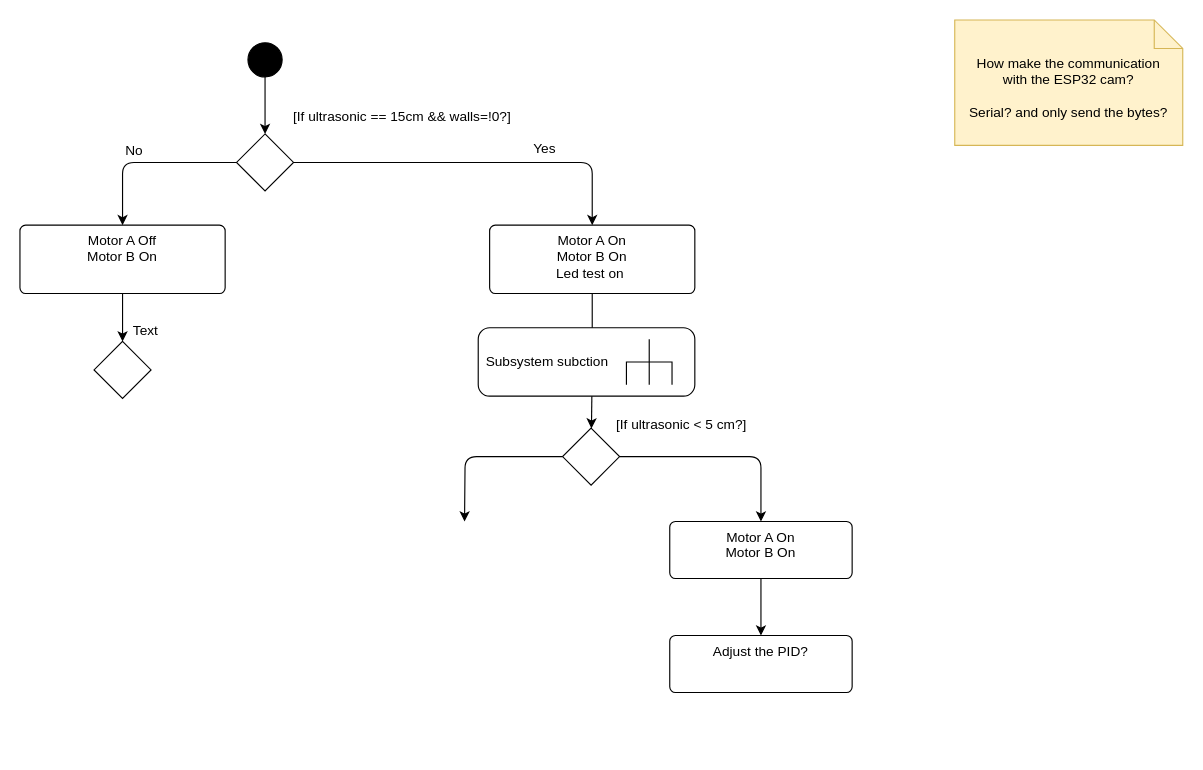
This is page "Robot Logic" (1 of 3) of main/logicVacuumRobot.drawio from erickchicatto1/esp32Learning, a draw.io file, before an edit. Source tidied: cells renumbered, new cells numbered last; positions are measured from the earlier drawing's top-left corner, leaving out a move shared by most shapes. Both pictures are drawn from the tidied source at 114%, with x=0, y=0 at pixel (19, 19).
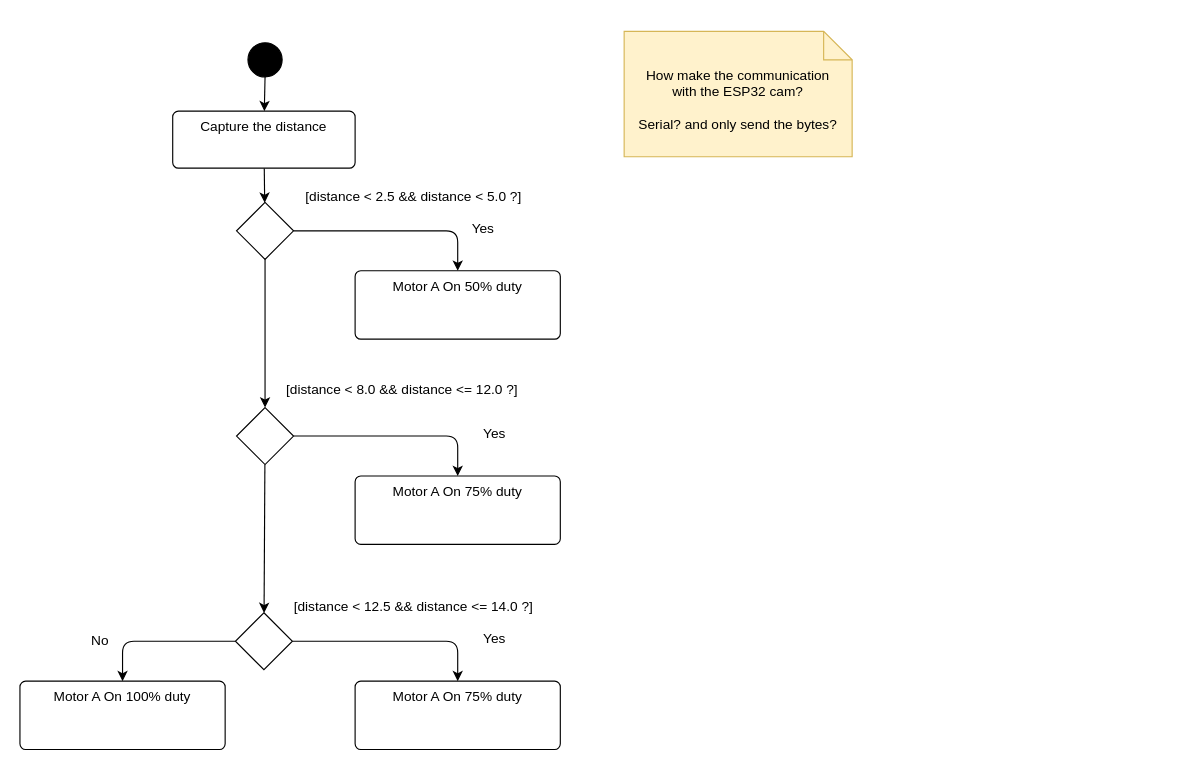
Above is the later version.

Commit message (it also covers changes not shown here):
Adding logic for the perceptron

Unchanged cells that the change refers to:
```xml
<mxCell id="3" style="ellipse;fillColor=strokeColor;html=1;" parent="1" vertex="1">
  <mxGeometry x="200" y="20" width="30" height="30" as="geometry" />
</mxCell>
```

The edit, as a diff of the source:
```diff
@@
-    <mxCell id="2" style="edgeStyle=none;html=1;" parent="1" edge="1" source="3" target="6">
-      <mxGeometry relative="1" as="geometry" />
-    </mxCell>
+    <mxCell id="26" style="edgeStyle=none;html=1;" parent="1" edge="1" source="3" target="29">
+      <mxGeometry relative="1" as="geometry" />
+    </mxCell>
@@
-    <mxCell id="4" style="edgeStyle=orthogonalEdgeStyle;html=1;entryX=0.5;entryY=0;entryDx=0;entryDy=0;exitX=1;exitY=0.5;exitDx=0;exitDy=0;" parent="1" edge="1" source="6" target="9">
+    <mxCell id="4" style="edgeStyle=orthogonalEdgeStyle;html=1;entryX=0.5;entryY=0;entryDx=0;entryDy=0;" parent="1" edge="1" source="6" target="9">
       <mxGeometry relative="1" as="geometry" />
     </mxCell>
-    <mxCell id="5" style="edgeStyle=orthogonalEdgeStyle;html=1;entryX=0.5;entryY=0;entryDx=0;entryDy=0;" parent="1" edge="1" source="6" target="11">
-      <mxGeometry relative="1" as="geometry" />
-    </mxCell>
+    <mxCell id="27" style="edgeStyle=none;html=1;entryX=0.5;entryY=0;entryDx=0;entryDy=0;" parent="1" edge="1" source="6" target="32">
+      <mxGeometry relative="1" as="geometry" />
+    </mxCell>
     <mxCell id="6" style="rhombus;" parent="1" vertex="1">
-      <mxGeometry x="190" y="100" width="50" height="50" as="geometry" />
+      <mxGeometry x="190" y="160" width="50" height="50" as="geometry" />
     </mxCell>
-    <mxCell id="7" value="[If ultrasonic == 15cm &amp;amp;&amp;amp; walls=!0?]" style="text;html=1;align=center;verticalAlign=middle;strokeColor=none;fillColor=none;" parent="1" vertex="1">
-      <mxGeometry x="230" y="70" width="210" height="30" as="geometry" />
+    <mxCell id="7" value="[distance &amp;lt; 2.5 &amp;amp;&amp;amp; distance &amp;lt; 5.0 ?]" style="text;html=1;align=center;verticalAlign=middle;strokeColor=none;fillColor=none;" parent="1" vertex="1">
+      <mxGeometry x="240" y="140" width="210" height="30" as="geometry" />
     </mxCell>
-    <mxCell id="8" style="edgeStyle=none;html=1;" parent="1" edge="1" source="9">
-      <mxGeometry relative="1" as="geometry">
-        <mxPoint x="502" y="282" as="targetPoint" />
-      </mxGeometry>
-    </mxCell>
-    <mxCell id="9" value="Motor A On&lt;div&gt;Motor B On&lt;/div&gt;&lt;div&gt;Led test on&amp;nbsp;&lt;/div&gt;" style="html=1;align=center;verticalAlign=top;rounded=1;absoluteArcSize=1;arcSize=10;dashed=0;whiteSpace=wrap;" parent="1" vertex="1">
-      <mxGeometry x="412" y="180" width="180" height="60" as="geometry" />
+    <mxCell id="9" value="Motor A On 50% duty&lt;div&gt;&lt;br&gt;&lt;/div&gt;" style="html=1;align=center;verticalAlign=top;rounded=1;absoluteArcSize=1;arcSize=10;dashed=0;whiteSpace=wrap;" parent="1" vertex="1">
+      <mxGeometry x="294" y="220" width="180" height="60" as="geometry" />
     </mxCell>
-    <mxCell id="10" style="edgeStyle=none;html=1;" parent="1" edge="1" source="11" target="14">
-      <mxGeometry relative="1" as="geometry" />
-    </mxCell>
-    <mxCell id="11" value="Motor A Off&lt;div&gt;Motor B On&lt;/div&gt;" style="html=1;align=center;verticalAlign=top;rounded=1;absoluteArcSize=1;arcSize=10;dashed=0;whiteSpace=wrap;" parent="1" vertex="1">
-      <mxGeometry y="180" width="180" height="60" as="geometry" />
-    </mxCell>
     <mxCell id="12" value="Yes&lt;div&gt;&lt;br&gt;&lt;/div&gt;" style="text;html=1;align=center;verticalAlign=middle;strokeColor=none;fillColor=none;" parent="1" vertex="1">
-      <mxGeometry x="440" y="100" width="40" height="40" as="geometry" />
+      <mxGeometry x="386" y="170" width="40" height="40" as="geometry" />
     </mxCell>
+    <mxCell id="24" value="How make the communication&lt;div&gt;with the ESP32 cam?&lt;/div&gt;&lt;div&gt;&lt;br&gt;&lt;/div&gt;&lt;div&gt;Serial? and only send the bytes?&lt;/div&gt;" style="shape=note2;boundedLbl=1;whiteSpace=wrap;html=1;size=25;verticalAlign=top;align=center;fillColor=#fff2cc;strokeColor=#d6b656;" parent="1" vertex="1">
+      <mxGeometry x="530" y="10" width="200" height="110" as="geometry" />
+    </mxCell>
+    <mxCell id="28" style="edgeStyle=none;html=1;" parent="1" edge="1" source="29" target="6">
+      <mxGeometry relative="1" as="geometry" />
+    </mxCell>
+    <mxCell id="29" value="Capture the distance" style="html=1;align=center;verticalAlign=top;rounded=1;absoluteArcSize=1;arcSize=10;dashed=0;whiteSpace=wrap;" parent="1" vertex="1">
+      <mxGeometry x="134" y="80" width="160" height="50" as="geometry" />
+    </mxCell>
+    <mxCell id="30" style="edgeStyle=orthogonalEdgeStyle;html=1;entryX=0.5;entryY=0;entryDx=0;entryDy=0;" parent="1" edge="1" source="32" target="34">
+      <mxGeometry relative="1" as="geometry" />
+    </mxCell>
+    <mxCell id="31" style="edgeStyle=none;html=1;" parent="1" edge="1" source="32" target="38">
+      <mxGeometry relative="1" as="geometry" />
+    </mxCell>
+    <mxCell id="32" style="rhombus;" parent="1" vertex="1">
+      <mxGeometry x="190" y="340" width="50" height="50" as="geometry" />
+    </mxCell>
+    <mxCell id="33" value="[distance &amp;lt; 8.0 &amp;amp;&amp;amp; distance &amp;lt;= 12.0 ?]" style="text;html=1;align=center;verticalAlign=middle;strokeColor=none;fillColor=none;" parent="1" vertex="1">
+      <mxGeometry x="220" y="310" width="230" height="30" as="geometry" />
+    </mxCell>
+    <mxCell id="34" value="Motor A On 75% duty&lt;div&gt;&lt;br&gt;&lt;/div&gt;" style="html=1;align=center;verticalAlign=top;rounded=1;absoluteArcSize=1;arcSize=10;dashed=0;whiteSpace=wrap;" parent="1" vertex="1">
+      <mxGeometry x="294" y="400" width="180" height="60" as="geometry" />
+    </mxCell>
+    <mxCell id="35" value="Yes&lt;div&gt;&lt;br&gt;&lt;/div&gt;" style="text;html=1;align=center;verticalAlign=middle;strokeColor=none;fillColor=none;" parent="1" vertex="1">
+      <mxGeometry x="396" y="350" width="40" height="40" as="geometry" />
+    </mxCell>
+    <mxCell id="36" style="edgeStyle=orthogonalEdgeStyle;html=1;entryX=0.5;entryY=0;entryDx=0;entryDy=0;" parent="1" edge="1" source="38" target="39">
+      <mxGeometry relative="1" as="geometry" />
+    </mxCell>
+    <mxCell id="37" style="edgeStyle=orthogonalEdgeStyle;html=1;entryX=0.5;entryY=0;entryDx=0;entryDy=0;" parent="1" edge="1" source="38" target="42">
+      <mxGeometry relative="1" as="geometry" />
+    </mxCell>
+    <mxCell id="38" style="rhombus;" parent="1" vertex="1">
+      <mxGeometry x="189" y="520" width="50" height="50" as="geometry" />
+    </mxCell>
+    <mxCell id="39" value="Motor A On 75% duty&lt;div&gt;&lt;br&gt;&lt;/div&gt;" style="html=1;align=center;verticalAlign=top;rounded=1;absoluteArcSize=1;arcSize=10;dashed=0;whiteSpace=wrap;" parent="1" vertex="1">
+      <mxGeometry x="294" y="580" width="180" height="60" as="geometry" />
+    </mxCell>
+    <mxCell id="40" value="Yes&lt;div&gt;&lt;br&gt;&lt;/div&gt;" style="text;html=1;align=center;verticalAlign=middle;strokeColor=none;fillColor=none;" parent="1" vertex="1">
+      <mxGeometry x="396" y="530" width="40" height="40" as="geometry" />
+    </mxCell>
+    <mxCell id="41" value="[distance &amp;lt; 12.5 &amp;amp;&amp;amp; distance &amp;lt;= 14.0 ?]" style="text;html=1;align=center;verticalAlign=middle;strokeColor=none;fillColor=none;" parent="1" vertex="1">
+      <mxGeometry x="230" y="500" width="230" height="30" as="geometry" />
+    </mxCell>
+    <mxCell id="42" value="Motor A On 100% duty&lt;div&gt;&lt;br&gt;&lt;/div&gt;" style="html=1;align=center;verticalAlign=top;rounded=1;absoluteArcSize=1;arcSize=10;dashed=0;whiteSpace=wrap;" parent="1" vertex="1">
+      <mxGeometry y="580" width="180" height="60" as="geometry" />
+    </mxCell>
-    <mxCell id="13" value="No" style="text;html=1;align=center;verticalAlign=middle;strokeColor=none;fillColor=none;" parent="1" vertex="1">
-      <mxGeometry x="80" y="100" width="40" height="30" as="geometry" />
+    <mxCell id="13" value="&lt;div&gt;No&lt;/div&gt;" style="text;html=1;align=center;verticalAlign=middle;strokeColor=none;fillColor=none;" parent="1" vertex="1">
+      <mxGeometry x="50" y="530" width="40" height="30" as="geometry" />
     </mxCell>
-    <mxCell id="14" style="rhombus;" parent="1" vertex="1">
-      <mxGeometry x="65" y="282" width="50" height="50" as="geometry" />
-    </mxCell>
-    <mxCell id="15" value="Text" style="text;html=1;align=center;verticalAlign=middle;strokeColor=none;fillColor=none;" parent="1" vertex="1">
-      <mxGeometry x="85" y="258" width="50" height="30" as="geometry" />
-    </mxCell>
-    <mxCell id="16" style="edgeStyle=none;html=1;" parent="1" edge="1" target="19">
-      <mxGeometry relative="1" as="geometry">
-        <mxPoint x="501.8" y="320" as="sourcePoint" />
-      </mxGeometry>
-    </mxCell>
-    <mxCell id="17" style="edgeStyle=orthogonalEdgeStyle;html=1;entryX=0.5;entryY=0;entryDx=0;entryDy=0;" parent="1" edge="1" source="19" target="22">
-      <mxGeometry relative="1" as="geometry" />
-    </mxCell>
-    <mxCell id="18" style="edgeStyle=orthogonalEdgeStyle;html=1;entryX=0.5;entryY=0;entryDx=0;entryDy=0;" parent="1" edge="1" source="19">
-      <mxGeometry relative="1" as="geometry">
-        <mxPoint x="390" y="440" as="targetPoint" />
-      </mxGeometry>
-    </mxCell>
-    <mxCell id="19" style="rhombus;" parent="1" vertex="1">
-      <mxGeometry x="476" y="358" width="50" height="50" as="geometry" />
-    </mxCell>
-    <mxCell id="20" value="[If ultrasonic &amp;lt; 5 cm?]" style="text;html=1;align=center;verticalAlign=middle;strokeColor=none;fillColor=none;" parent="1" vertex="1">
-      <mxGeometry x="510" y="340" width="140" height="30" as="geometry" />
-    </mxCell>
-    <mxCell id="21" style="edgeStyle=none;html=1;" parent="1" edge="1" source="22" target="23">
-      <mxGeometry relative="1" as="geometry" />
-    </mxCell>
-    <mxCell id="22" value="Motor A On&lt;div&gt;Motor B On&lt;/div&gt;" style="html=1;align=center;verticalAlign=top;rounded=1;absoluteArcSize=1;arcSize=10;dashed=0;whiteSpace=wrap;" parent="1" vertex="1">
-      <mxGeometry x="570" y="440" width="160" height="50" as="geometry" />
-    </mxCell>
-    <mxCell id="23" value="Adjust the PID?" style="html=1;align=center;verticalAlign=top;rounded=1;absoluteArcSize=1;arcSize=10;dashed=0;whiteSpace=wrap;" parent="1" vertex="1">
-      <mxGeometry x="570" y="540" width="160" height="50" as="geometry" />
-    </mxCell>
-    <mxCell id="24" value="How make the communication&lt;div&gt;with the ESP32 cam?&lt;/div&gt;&lt;div&gt;&lt;br&gt;&lt;/div&gt;&lt;div&gt;Serial? and only send the bytes?&lt;/div&gt;" style="shape=note2;boundedLbl=1;whiteSpace=wrap;html=1;size=25;verticalAlign=top;align=center;fillColor=#fff2cc;strokeColor=#d6b656;" parent="1" vertex="1">
-      <mxGeometry x="820" width="200" height="110" as="geometry" />
-    </mxCell>
-    <mxCell id="25" value="Subsystem subction" style="shape=mxgraph.uml25.behaviorAction;html=1;rounded=1;absoluteArcSize=1;arcSize=10;align=left;spacingLeft=5;whiteSpace=wrap;" parent="1" vertex="1">
-      <mxGeometry x="402" y="270" width="190" height="60" as="geometry" />
-    </mxCell>
```
